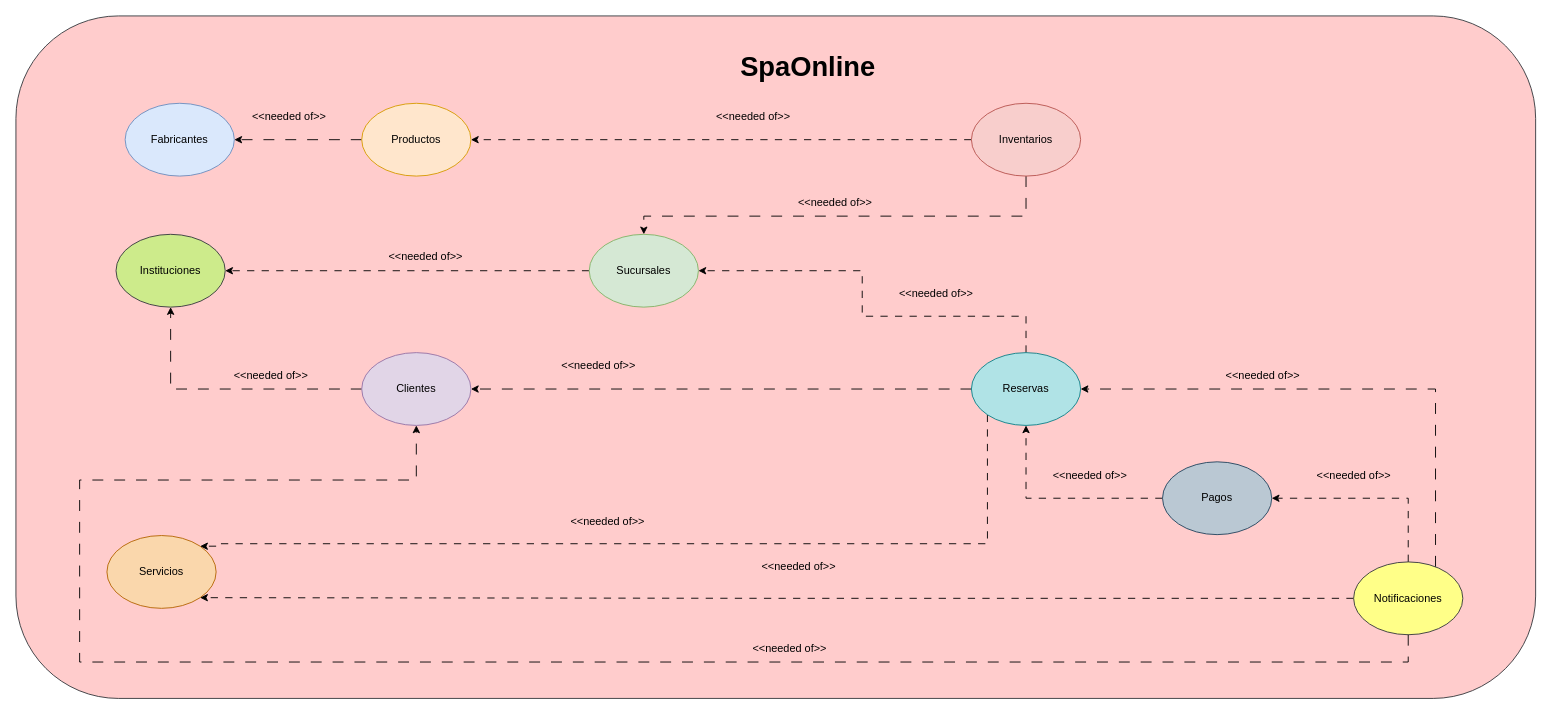
Earlier version of the draw.io diagram page "2. ModeloContextoDeLimitado" (2 of 13) of SpaOnline/ModeloDominioSpa.drawio (cristianospina/DOO). Source tidied: cells renumbered, new cells numbered last; positions are measured from the earlier drawing's top-left corner, leaving out a move shared by most shapes. Both pictures are drawn from the tidied source at 91%, with x=0, y=0 at pixel (15, 15).
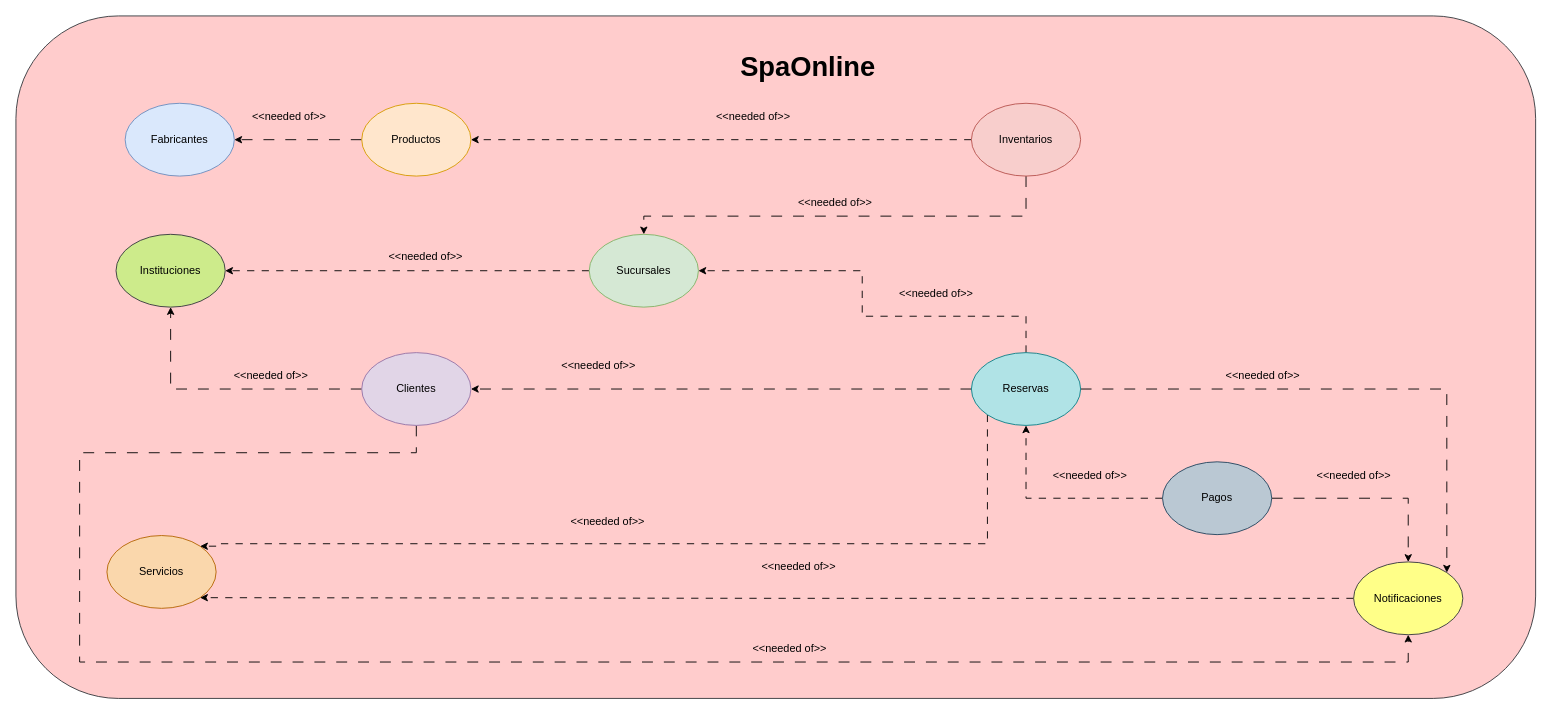
Above is the later version.

The change refers to these unchanged cells:
```xml
<mxCell id="12" value="Pagos" style="ellipse;whiteSpace=wrap;html=1;fillColor=#bac8d3;strokeColor=#23445d;" parent="1" vertex="1">
  <mxGeometry x="1260" y="490" width="120" height="80" as="geometry" />
</mxCell>
<mxCell id="17" value="Reservas" style="ellipse;whiteSpace=wrap;html=1;fillColor=#b0e3e6;strokeColor=#0e8088;" parent="1" vertex="1">
  <mxGeometry x="1050" y="370" width="120" height="80" as="geometry" />
</mxCell>
<mxCell id="21" value="Notificaciones" style="ellipse;whiteSpace=wrap;html=1;fillColor=#ffff88;strokeColor=#36393d;" parent="1" vertex="1">
  <mxGeometry x="1470" y="600" width="120" height="80" as="geometry" />
</mxCell>
<mxCell id="34" value="Clientes" style="ellipse;whiteSpace=wrap;html=1;fillColor=#e1d5e7;strokeColor=#9673a6;" parent="1" vertex="1">
  <mxGeometry x="380" y="370" width="120" height="80" as="geometry" />
</mxCell>
```

Diff of the diagram source:
```diff
@@
+    <mxCell id="40" style="edgeStyle=orthogonalEdgeStyle;rounded=0;jettySize=auto;html=1;dashed=1;dashPattern=12 12;" parent="1" edge="1" source="12" target="21">
+      <mxGeometry relative="1" as="geometry" />
+    </mxCell>
@@
+    <mxCell id="41" style="edgeStyle=orthogonalEdgeStyle;rounded=0;jettySize=auto;html=1;entryX=1;entryY=0;entryDx=0;entryDy=0;dashed=1;dashPattern=12 12;" parent="1" edge="1" source="17" target="21">
+      <mxGeometry relative="1" as="geometry" />
+    </mxCell>
@@
-    <mxCell id="19" style="edgeStyle=orthogonalEdgeStyle;rounded=0;jettySize=auto;html=1;entryX=1;entryY=0.5;entryDx=0;entryDy=0;dashed=1;dashPattern=8 8;" parent="1" edge="1" source="21" target="12">
-      <mxGeometry relative="1" as="geometry">
-        <Array as="points">
-          <mxPoint x="1530" y="530" />
-        </Array>
-      </mxGeometry>
-    </mxCell>
-    <mxCell id="20" style="edgeStyle=orthogonalEdgeStyle;rounded=0;jettySize=auto;html=1;entryX=1;entryY=0.5;entryDx=0;entryDy=0;dashed=1;dashPattern=12 12;" parent="1" edge="1" source="21" target="17">
-      <mxGeometry relative="1" as="geometry">
-        <Array as="points">
-          <mxPoint x="1560" y="410" />
-        </Array>
-      </mxGeometry>
-    </mxCell>
@@
+    <mxCell id="42" style="edgeStyle=orthogonalEdgeStyle;rounded=0;jettySize=auto;html=1;entryX=0.5;entryY=1;entryDx=0;entryDy=0;dashed=1;dashPattern=12 12;" parent="1" edge="1" source="34" target="21">
+      <mxGeometry relative="1" as="geometry">
+        <Array as="points">
+          <mxPoint x="440" y="480" />
+          <mxPoint x="70" y="480" />
+          <mxPoint x="70" y="710" />
+          <mxPoint x="1530" y="710" />
+        </Array>
+      </mxGeometry>
+    </mxCell>
@@
-    <mxCell id="36" style="edgeStyle=orthogonalEdgeStyle;rounded=0;jettySize=auto;html=1;entryX=0.5;entryY=1;entryDx=0;entryDy=0;dashed=1;dashPattern=12 12;" parent="1" edge="1" source="21" target="34">
-      <mxGeometry relative="1" as="geometry">
-        <Array as="points">
-          <mxPoint x="1530" y="710" />
-          <mxPoint x="70" y="710" />
-          <mxPoint x="70" y="510" />
-          <mxPoint x="440" y="510" />
-        </Array>
-      </mxGeometry>
-    </mxCell>
```
